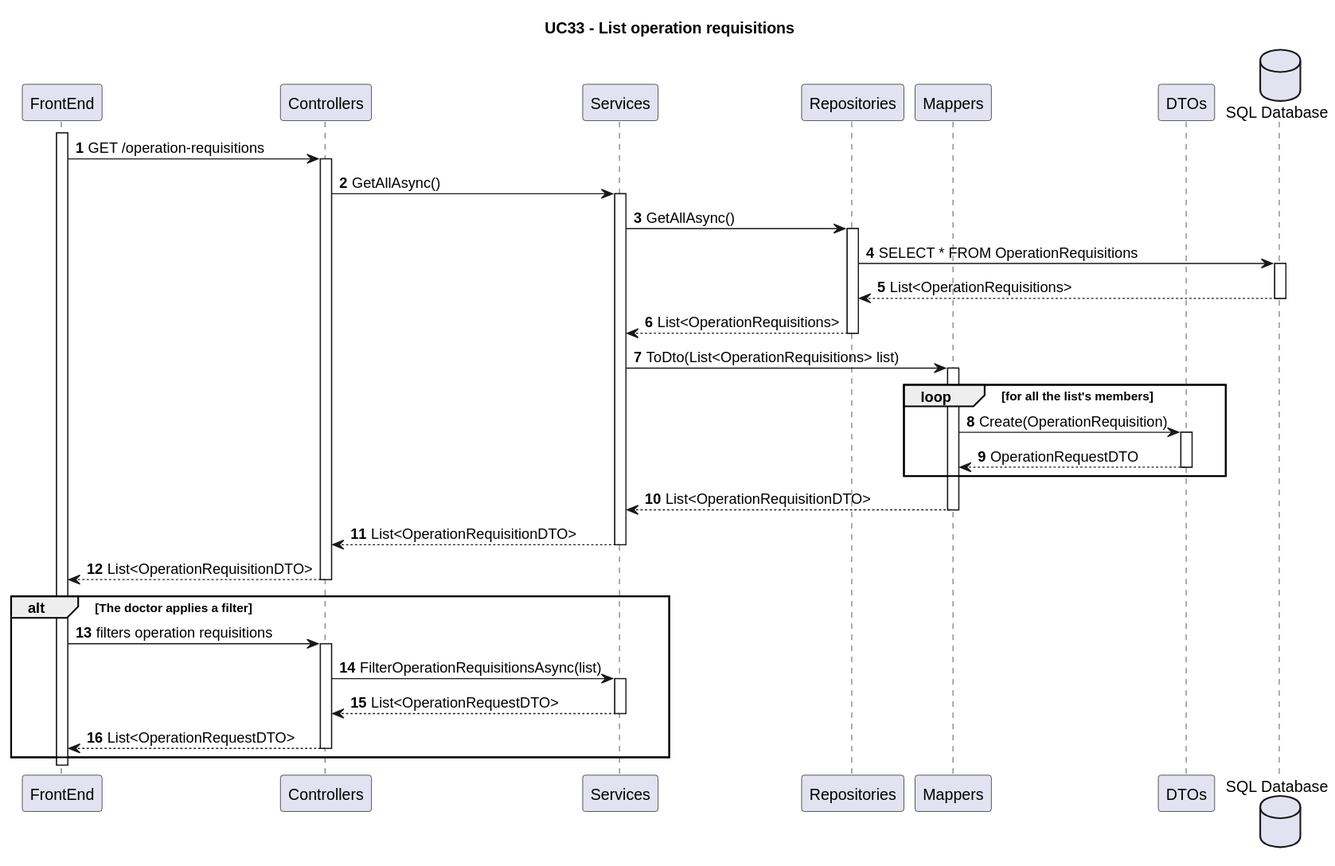
Above: Wiki/SprintA/diagrams/use-cases/21-list-staff-profiles/level3/backend-process-view.svg in MiguelCardoso77/SurgicalSync-BackEnd (PlantUML), before the change.
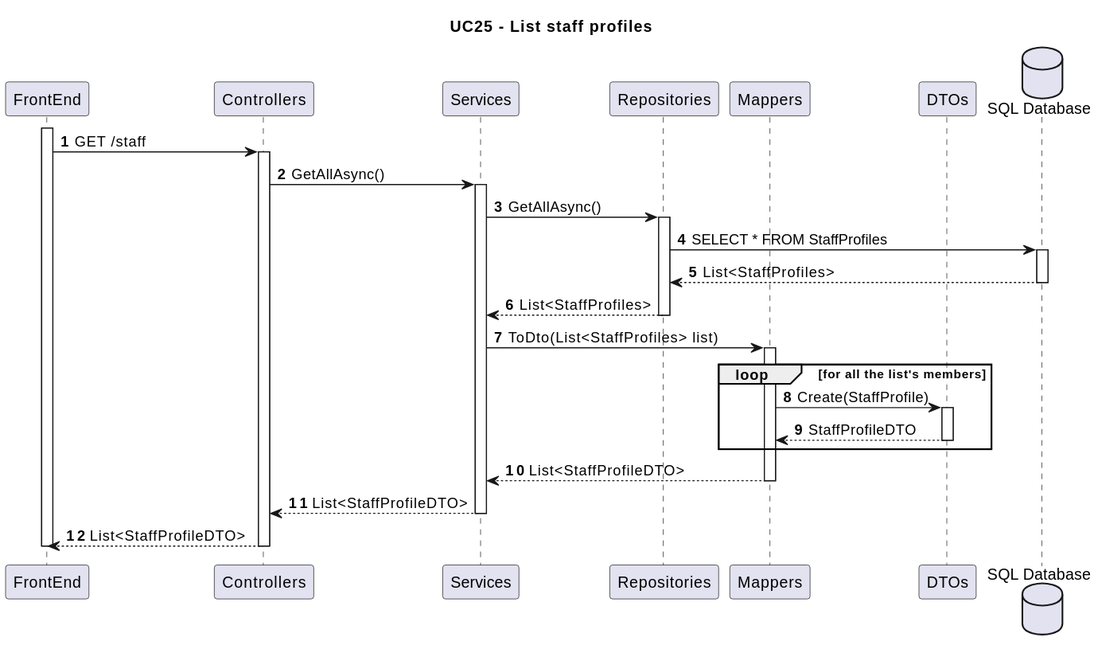
Later version of the same file.

The edit, as a diff of the source:
```diff
@@ -1,7 +1,7 @@
 @startuml
 autonumber
 
-Title "UC33 - List operation requisitions"
+Title "UC25 - List staff profiles"
 
 participant "FrontEnd" as FE
 participant "Controllers" as C
@@ -13,7 +13,7 @@
 
 activate FE
 
-FE -> C : GET /operation-requisitions
+FE -> C : GET /staff
 
     activate C
 
@@ -25,65 +25,46 @@
 
     activate R
 
-    R -> SQL : SELECT * FROM OperationRequisitions
+    R -> SQL : SELECT * FROM StaffProfiles
 
     activate SQL
 
-    SQL --> R : List<OperationRequisitions>
+    SQL --> R : List<StaffProfiles>
 
     deactivate SQL
 
-    R --> S : List<OperationRequisitions>
+    R --> S : List<StaffProfiles>
 
     deactivate R
 
-    S -> M : ToDto(List<OperationRequisitions> list)
+    S -> M : ToDto(List<StaffProfiles> list)
 
     activate M
 
     loop for all the list's members
 
-    M -> DTO : Create(OperationRequisition)
+    M -> DTO : Create(StaffProfile)
 
     activate DTO
 
-    DTO --> M : OperationRequestDTO
+    DTO --> M : StaffProfileDTO
 
     deactivate DTO
 
     end
 
-    M --> S : List<OperationRequisitionDTO>
+    M --> S : List<StaffProfileDTO>
 
     deactivate M
 
-    S --> C : List<OperationRequisitionDTO>
+    S --> C : List<StaffProfileDTO>
 
     deactivate S
 
-    C --> FE : List<OperationRequisitionDTO>
+    C --> FE : List<StaffProfileDTO>
 
     deactivate C
 
-    alt The doctor applies a filter
-
-    FE -> C : filters operation requisitions
-
-    activate C
-
-    C -> S : FilterOperationRequisitionsAsync(list)
-
-    activate S
-
-    S -->C : List<OperationRequestDTO>
-
-    deactivate S
-
-    C --> FE : List<OperationRequestDTO>
-
-    deactivate C
-
-    end
 
 deactivate FE
 @enduml
```
